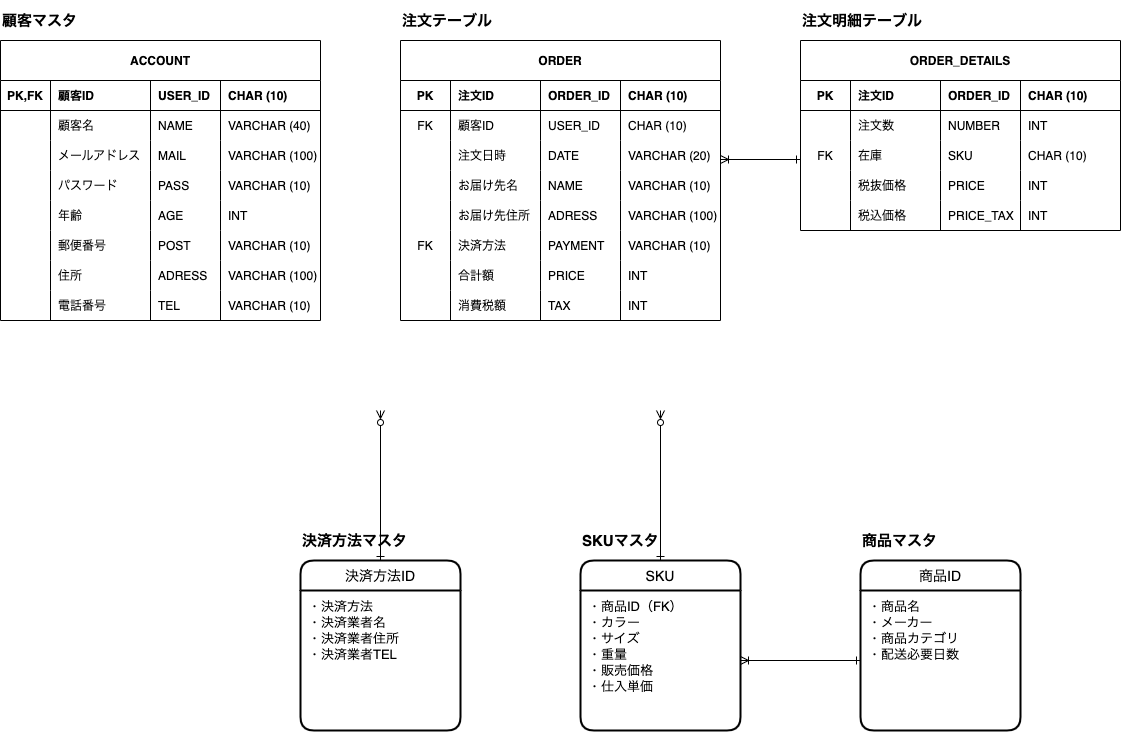
The draw.io diagram portfolio.drawio.png in june1983/java, before a commit. Source tidied: cells renumbered, new cells last; positions are measured from the earlier drawing's top-left corner, leaving out a move shared by most shapes.
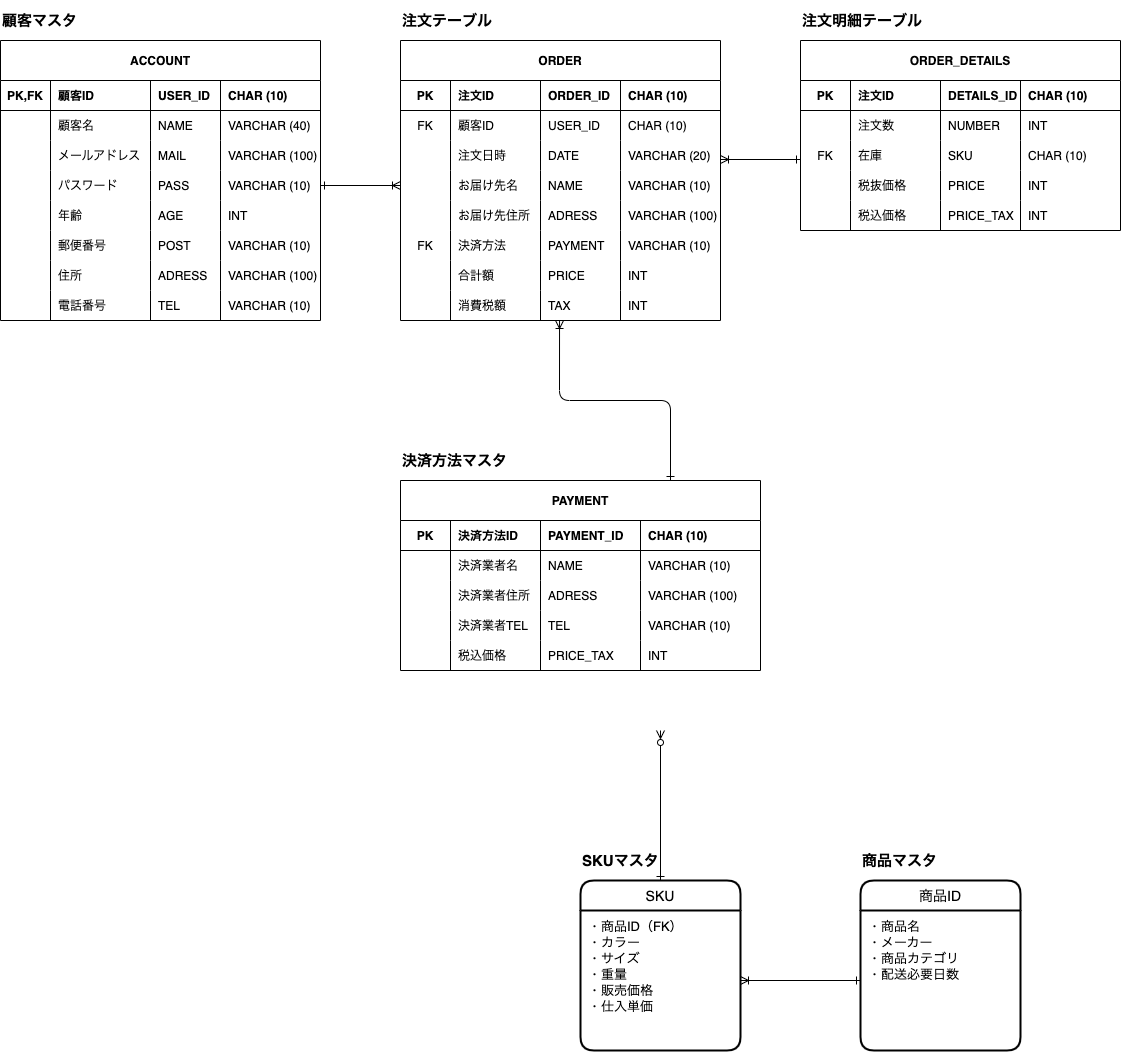
Later version of the same file.

Commit message:
portfolio.drawio.png を更新します

Diff of the diagram source:
```diff
@@ -5,42 +5,28 @@
     <mxCell id="2" value="&lt;font style=&quot;font-size: 15px;&quot;&gt;顧客マスタ&lt;/font&gt;" style="text;strokeColor=none;fillColor=none;html=1;fontSize=15;fontStyle=1;verticalAlign=middle;align=left;" parent="1" vertex="1">
       <mxGeometry width="160" height="40" as="geometry" />
     </mxCell>
-    <mxCell id="3" value="&lt;font style=&quot;font-size: 15px;&quot;&gt;決済方法マスタ&lt;/font&gt;" style="text;strokeColor=none;fillColor=none;html=1;fontSize=15;fontStyle=1;verticalAlign=middle;align=left;" parent="1" vertex="1">
-      <mxGeometry x="300" y="520" width="160" height="40" as="geometry" />
-    </mxCell>
-    <mxCell id="4" style="edgeStyle=orthogonalEdgeStyle;rounded=1;jettySize=auto;html=1;exitX=0.5;exitY=0;exitDx=0;exitDy=0;entryX=0.5;entryY=1;entryDx=0;entryDy=0;fontSize=13;startArrow=ERone;startFill=0;endArrow=ERzeroToMany;endFill=0;strokeColor=default;" parent="1" edge="1" source="5">
-      <mxGeometry relative="1" as="geometry">
-        <mxPoint x="380" y="410" as="targetPoint" />
-      </mxGeometry>
-    </mxCell>
-    <mxCell id="5" value="決済方法ID" style="swimlane;horizontal=1;startSize=30;rounded=1;fontSize=14;fontStyle=0;strokeWidth=2;shadow=0;dashed=0;align=center;" parent="1" vertex="1">
-      <mxGeometry x="300" y="560" width="160" height="170" as="geometry" />
-    </mxCell>
-    <mxCell id="6" value="・決済方法&#10;・決済業者名&#10;・決済業者住所&#10;・決済業者TEL&#10;" style="align=left;strokeColor=none;fillColor=none;spacingLeft=4;fontSize=13;verticalAlign=top;spacing=4;" parent="5" vertex="1">
-      <mxGeometry y="30" width="160" height="140" as="geometry" />
-    </mxCell>
     <mxCell id="7" style="edgeStyle=orthogonalEdgeStyle;rounded=1;jettySize=auto;html=1;fontSize=13;startArrow=ERone;startFill=0;endArrow=ERzeroToMany;endFill=0;strokeColor=default;" parent="1" edge="1" source="8" target="11">
       <mxGeometry relative="1" as="geometry" />
     </mxCell>
     <mxCell id="8" value="&lt;font style=&quot;font-size: 15px;&quot;&gt;SKUマスタ&lt;/font&gt;" style="text;strokeColor=none;fillColor=none;html=1;fontSize=15;fontStyle=1;verticalAlign=middle;align=left;" parent="1" vertex="1">
-      <mxGeometry x="580" y="520" width="160" height="40" as="geometry" />
+      <mxGeometry x="580" y="840" width="160" height="40" as="geometry" />
     </mxCell>
     <mxCell id="9" style="edgeStyle=orthogonalEdgeStyle;rounded=1;jettySize=auto;html=1;exitX=0.5;exitY=0;exitDx=0;exitDy=0;entryX=0.5;entryY=1;entryDx=0;entryDy=0;fontSize=13;startArrow=ERone;startFill=0;endArrow=ERzeroToMany;endFill=0;strokeColor=default;" parent="1" edge="1" source="10">
       <mxGeometry relative="1" as="geometry">
-        <mxPoint x="660" y="410" as="targetPoint" />
+        <mxPoint x="660" y="730" as="targetPoint" />
       </mxGeometry>
     </mxCell>
     <mxCell id="10" value="SKU" style="swimlane;horizontal=1;startSize=30;rounded=1;fontSize=14;fontStyle=0;strokeWidth=2;shadow=0;dashed=0;align=center;" parent="1" vertex="1">
-      <mxGeometry x="580" y="560" width="160" height="170" as="geometry" />
+      <mxGeometry x="580" y="880" width="160" height="170" as="geometry" />
     </mxCell>
     <mxCell id="11" value="・商品ID（FK）&#10;・カラー&#10;・サイズ&#10;・重量&#10;・販売価格&#10;・仕入単価&#10;&#10;" style="align=left;strokeColor=none;fillColor=none;spacingLeft=4;fontSize=13;verticalAlign=top;spacing=4;" parent="10" vertex="1">
       <mxGeometry y="30" width="160" height="140" as="geometry" />
     </mxCell>
     <mxCell id="12" value="&lt;span style=&quot;font-size: 15px;&quot;&gt;商品マスタ&lt;/span&gt;" style="text;strokeColor=none;fillColor=none;html=1;fontSize=15;fontStyle=1;verticalAlign=middle;align=left;" parent="1" vertex="1">
-      <mxGeometry x="860" y="520" width="160" height="40" as="geometry" />
+      <mxGeometry x="860" y="840" width="160" height="40" as="geometry" />
     </mxCell>
     <mxCell id="13" value="商品ID" style="swimlane;horizontal=1;startSize=30;rounded=1;fontSize=14;fontStyle=0;strokeWidth=2;shadow=0;dashed=0;align=center;" parent="1" vertex="1">
-      <mxGeometry x="860" y="560" width="160" height="170" as="geometry" />
+      <mxGeometry x="860" y="880" width="160" height="170" as="geometry" />
     </mxCell>
     <mxCell id="14" value="・商品名&#10;・メーカー&#10;・商品カテゴリ&#10;・配送必要日数&#10;" style="align=left;strokeColor=none;fillColor=none;spacingLeft=4;fontSize=13;verticalAlign=top;spacing=4;" parent="13" vertex="1">
       <mxGeometry y="30" width="160" height="140" as="geometry" />
@@ -312,7 +298,7 @@
     <mxCell id="103" value="注文ID" style="shape=partialRectangle;fillColor=none;top=0;left=0;bottom=0;right=0;align=left;spacingLeft=6;fontStyle=1;overflow=hidden;fontSize=12;" parent="101" vertex="1">
       <mxGeometry x="50" width="90" height="30" as="geometry" />
     </mxCell>
-    <mxCell id="104" value="ORDER_ID" style="shape=partialRectangle;fillColor=none;top=0;left=0;bottom=0;right=0;align=left;spacingLeft=6;fontStyle=1;overflow=hidden;fontSize=12;" parent="101" vertex="1">
+    <mxCell id="104" value="DETAILS_ID" style="shape=partialRectangle;fillColor=none;top=0;left=0;bottom=0;right=0;align=left;spacingLeft=6;fontStyle=1;overflow=hidden;fontSize=12;" parent="101" vertex="1">
       <mxGeometry x="140" width="80" height="30" as="geometry" />
     </mxCell>
     <mxCell id="105" value="CHAR (10)" style="shape=partialRectangle;fillColor=none;top=0;left=0;bottom=0;right=0;align=left;spacingLeft=6;fontStyle=1;overflow=hidden;fontSize=12;" parent="101" vertex="1">
@@ -384,5 +370,92 @@
         <mxPoint x="720" y="159" as="targetPoint" />
       </mxGeometry>
     </mxCell>
+    <mxCell id="3" value="決済方法マスタ" style="text;strokeColor=none;fillColor=none;html=1;fontSize=15;fontStyle=1;verticalAlign=middle;align=left;" parent="1" vertex="1">
+      <mxGeometry x="400" y="440" width="160" height="40" as="geometry" />
+    </mxCell>
+    <mxCell id="127" style="edgeStyle=orthogonalEdgeStyle;rounded=1;jettySize=auto;html=1;exitX=0.75;exitY=0;exitDx=0;exitDy=0;entryX=0.497;entryY=1;entryDx=0;entryDy=0;entryPerimeter=0;fontSize=12;startArrow=ERone;startFill=0;endArrow=ERoneToMany;endFill=0;strokeColor=default;" parent="1" edge="1" source="128" target="94">
+      <mxGeometry relative="1" as="geometry" />
+    </mxCell>
+    <mxCell id="128" value="PAYMENT" style="shape=table;startSize=40;rowLines=0;fontStyle=1;align=center;fontSize=12;" parent="1" vertex="1">
+      <mxGeometry x="400" y="480" width="360" height="190" as="geometry" />
+    </mxCell>
+    <mxCell id="129" style="shape=partialRectangle;fillColor=none;top=0;left=0;bottom=1;right=0;fontSize=13;" parent="128" vertex="1">
+      <mxGeometry y="40" width="360" height="30" as="geometry" />
+    </mxCell>
+    <mxCell id="130" value="PK" style="shape=partialRectangle;fillColor=none;top=0;left=0;bottom=0;right=0;fontStyle=1;overflow=hidden;fontSize=12;" parent="129" vertex="1">
+      <mxGeometry width="50" height="30" as="geometry" />
+    </mxCell>
+    <mxCell id="5" value="決済方法ID" style="shape=partialRectangle;fillColor=none;top=0;left=0;bottom=0;right=0;align=left;spacingLeft=6;fontStyle=1;overflow=hidden;fontSize=12;" parent="129" vertex="1">
+      <mxGeometry x="50" width="90" height="30" as="geometry" />
+    </mxCell>
+    <mxCell id="131" value="PAYMENT_ID" style="shape=partialRectangle;fillColor=none;top=0;left=0;bottom=0;right=0;align=left;spacingLeft=6;fontStyle=1;overflow=hidden;fontSize=12;" parent="129" vertex="1">
+      <mxGeometry x="140" width="100" height="30" as="geometry" />
+    </mxCell>
+    <mxCell id="132" value="CHAR (10)" style="shape=partialRectangle;fillColor=none;top=0;left=0;bottom=0;right=0;align=left;spacingLeft=6;fontStyle=1;overflow=hidden;fontSize=12;" parent="129" vertex="1">
+      <mxGeometry x="240" width="120" height="30" as="geometry" />
+    </mxCell>
+    <mxCell id="133" style="shape=partialRectangle;fillColor=none;top=0;left=0;bottom=0;right=0;fontSize=15;" parent="128" vertex="1">
+      <mxGeometry y="70" width="360" height="30" as="geometry" />
+    </mxCell>
+    <mxCell id="134" style="shape=partialRectangle;fillColor=none;top=0;left=0;bottom=0;right=0;overflow=hidden;fontSize=12;" parent="133" vertex="1">
+      <mxGeometry width="50" height="30" as="geometry" />
+    </mxCell>
+    <mxCell id="135" value="決済業者名" style="shape=partialRectangle;fillColor=none;top=0;left=0;bottom=0;right=0;align=left;spacingLeft=6;overflow=hidden;fontSize=12;" parent="133" vertex="1">
+      <mxGeometry x="50" width="90" height="30" as="geometry" />
+    </mxCell>
+    <mxCell id="136" value="NAME" style="shape=partialRectangle;fillColor=none;top=0;left=0;bottom=0;right=0;align=left;spacingLeft=6;overflow=hidden;fontSize=12;" parent="133" vertex="1">
+      <mxGeometry x="140" width="100" height="30" as="geometry" />
+    </mxCell>
+    <mxCell id="137" value="VARCHAR (10)" style="shape=partialRectangle;fillColor=none;top=0;left=0;bottom=0;right=0;align=left;spacingLeft=6;overflow=hidden;fontSize=12;" parent="133" vertex="1">
+      <mxGeometry x="240" width="120" height="30" as="geometry" />
+    </mxCell>
+    <mxCell id="138" style="shape=partialRectangle;fillColor=none;top=0;left=0;bottom=0;right=0;fontSize=15;" parent="128" vertex="1">
+      <mxGeometry y="100" width="360" height="30" as="geometry" />
+    </mxCell>
+    <mxCell id="139" style="shape=partialRectangle;fillColor=none;top=0;left=0;bottom=0;right=0;overflow=hidden;fontSize=12;" parent="138" vertex="1">
+      <mxGeometry width="50" height="30" as="geometry" />
+    </mxCell>
+    <mxCell id="140" value="決済業者住所" style="shape=partialRectangle;fillColor=none;top=0;left=0;bottom=0;right=0;align=left;spacingLeft=6;overflow=hidden;fontSize=12;" parent="138" vertex="1">
+      <mxGeometry x="50" width="90" height="30" as="geometry" />
+    </mxCell>
+    <mxCell id="141" value="ADRESS" style="shape=partialRectangle;fillColor=none;top=0;left=0;bottom=0;right=0;align=left;spacingLeft=6;overflow=hidden;fontSize=12;" parent="138" vertex="1">
+      <mxGeometry x="140" width="100" height="30" as="geometry" />
+    </mxCell>
+    <mxCell id="142" value="VARCHAR (100)" style="shape=partialRectangle;fillColor=none;top=0;left=0;bottom=0;right=0;align=left;spacingLeft=6;overflow=hidden;fontSize=12;" parent="138" vertex="1">
+      <mxGeometry x="240" width="120" height="30" as="geometry" />
+    </mxCell>
+    <mxCell id="143" style="shape=partialRectangle;fillColor=none;top=0;left=0;bottom=0;right=0;fontSize=15;" parent="128" vertex="1">
+      <mxGeometry y="130" width="360" height="30" as="geometry" />
+    </mxCell>
+    <mxCell id="144" style="shape=partialRectangle;fillColor=none;top=0;left=0;bottom=0;right=0;overflow=hidden;fontSize=12;" parent="143" vertex="1">
+      <mxGeometry width="50" height="30" as="geometry" />
+    </mxCell>
+    <mxCell id="145" value="決済業者TEL" style="shape=partialRectangle;fillColor=none;top=0;left=0;bottom=0;right=0;align=left;spacingLeft=6;overflow=hidden;fontSize=12;" parent="143" vertex="1">
+      <mxGeometry x="50" width="90" height="30" as="geometry" />
+    </mxCell>
+    <mxCell id="146" value="TEL" style="shape=partialRectangle;fillColor=none;top=0;left=0;bottom=0;right=0;align=left;spacingLeft=6;overflow=hidden;fontSize=12;" parent="143" vertex="1">
+      <mxGeometry x="140" width="100" height="30" as="geometry" />
+    </mxCell>
+    <mxCell id="147" value="VARCHAR (10)" style="shape=partialRectangle;fillColor=none;top=0;left=0;bottom=0;right=0;align=left;spacingLeft=6;overflow=hidden;fontSize=12;" parent="143" vertex="1">
+      <mxGeometry x="240" width="120" height="30" as="geometry" />
+    </mxCell>
+    <mxCell id="148" style="shape=partialRectangle;fillColor=none;top=0;left=0;bottom=0;right=0;fontSize=15;" parent="128" vertex="1">
+      <mxGeometry y="160" width="360" height="30" as="geometry" />
+    </mxCell>
+    <mxCell id="149" style="shape=partialRectangle;fillColor=none;top=0;left=0;bottom=0;right=0;overflow=hidden;fontSize=12;" parent="148" vertex="1">
+      <mxGeometry width="50" height="30" as="geometry" />
+    </mxCell>
+    <mxCell id="150" value="税込価格" style="shape=partialRectangle;fillColor=none;top=0;left=0;bottom=0;right=0;align=left;spacingLeft=6;overflow=hidden;fontSize=12;" parent="148" vertex="1">
+      <mxGeometry x="50" width="90" height="30" as="geometry" />
+    </mxCell>
+    <mxCell id="151" value="PRICE_TAX" style="shape=partialRectangle;fillColor=none;top=0;left=0;bottom=0;right=0;align=left;spacingLeft=6;overflow=hidden;fontSize=12;" parent="148" vertex="1">
+      <mxGeometry x="140" width="100" height="30" as="geometry" />
+    </mxCell>
+    <mxCell id="152" value="INT" style="shape=partialRectangle;fillColor=none;top=0;left=0;bottom=0;right=0;align=left;spacingLeft=6;overflow=hidden;fontSize=12;" parent="148" vertex="1">
+      <mxGeometry x="240" width="120" height="30" as="geometry" />
+    </mxCell>
+    <mxCell id="153" style="edgeStyle=orthogonalEdgeStyle;rounded=1;jettySize=auto;html=1;exitX=1;exitY=0.5;exitDx=0;exitDy=0;entryX=0;entryY=0.5;entryDx=0;entryDy=0;fontSize=12;startArrow=ERone;startFill=0;endArrow=ERoneToMany;endFill=0;strokeColor=default;" parent="1" edge="1" source="32" target="74">
+      <mxGeometry relative="1" as="geometry" />
+    </mxCell>
   </root>
 </mxGraphModel>
```
